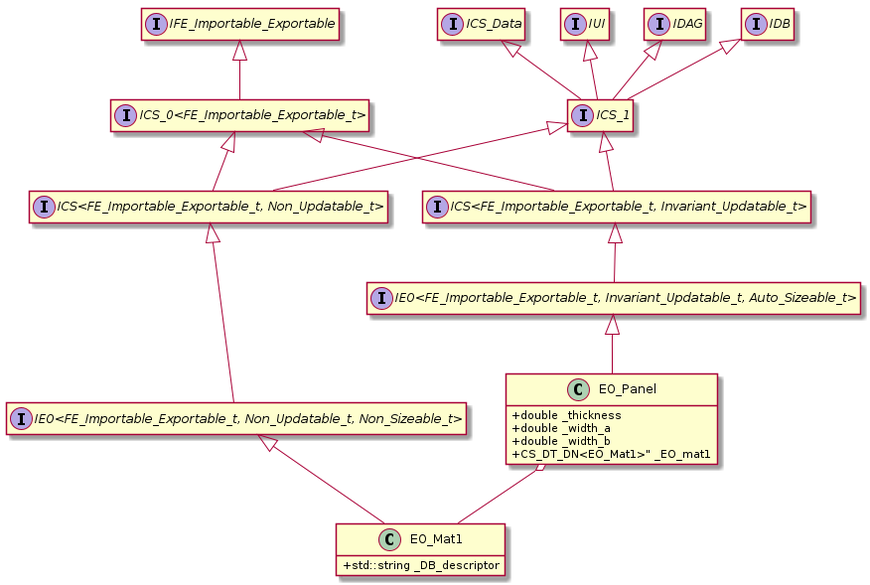
Earlier version of the PlantUML export uml/EO_Panel.png (BarisAlbayrakIEEE/StructuralAnalysis). Its source is kept beside it as uml/EO_Panel.puml.
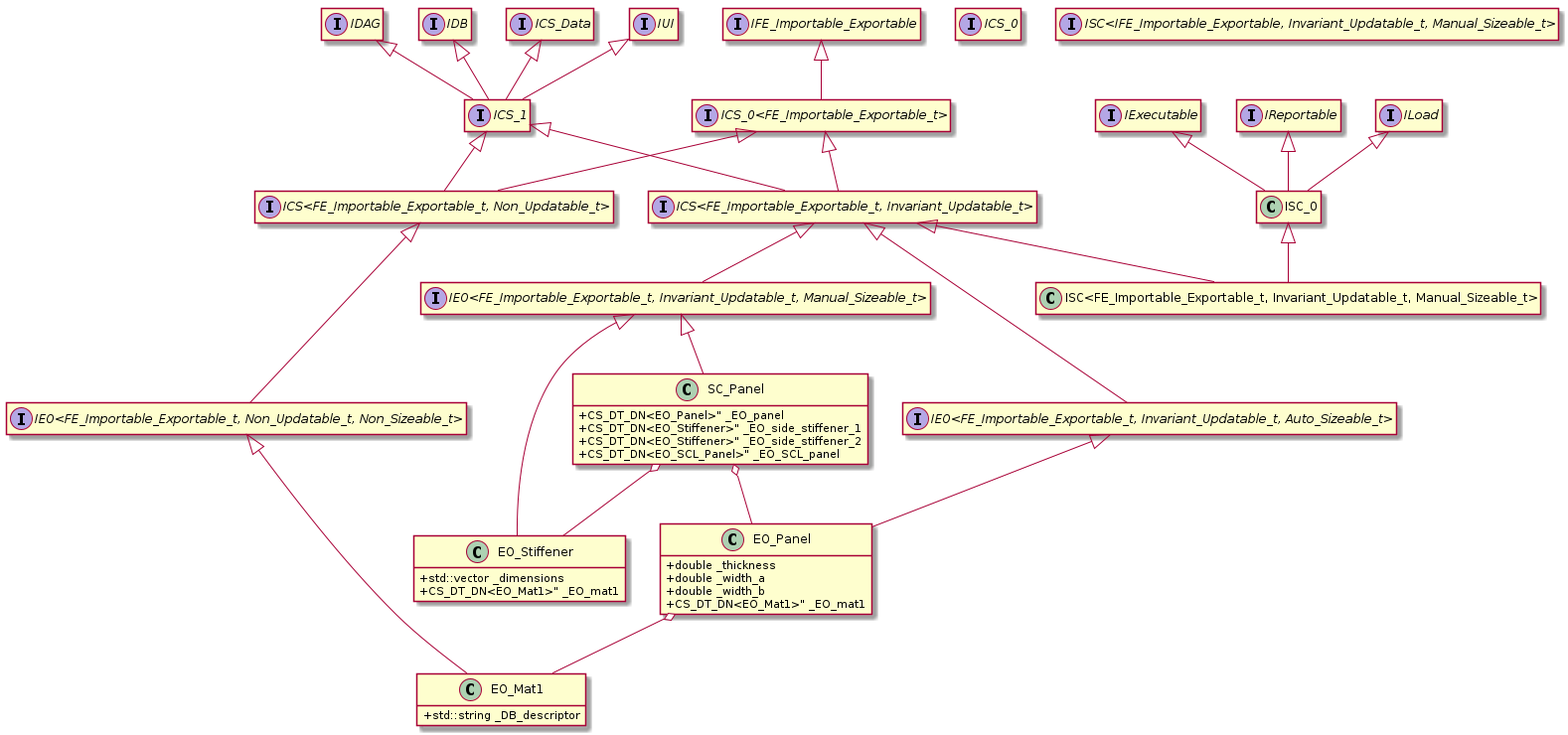
After the change.

The edit, as a diff of the source:
```diff
@@ -7,15 +7,18 @@
 interface IDB
 interface ICS_Data
 interface IFE_Importable_Exportable
-
+interface IExecutable
+interface IReportable
+interface ILoad
 interface "ICS_0<FE_Importable_Exportable_t>"
 interface ICS_1
-
 interface "ICS<FE_Importable_Exportable_t, Non_Updatable_t>"
 interface "ICS<FE_Importable_Exportable_t, Invariant_Updatable_t>"
-
 interface "IEO<FE_Importable_Exportable_t, Non_Updatable_t, Non_Sizeable_t>"
 interface "IEO<FE_Importable_Exportable_t, Invariant_Updatable_t, Auto_Sizeable_t>"
+interface "IEO<FE_Importable_Exportable_t, Invariant_Updatable_t, Manual_Sizeable_t>"
+interface ICS_0
+interface "ISC<IFE_Importable_Exportable, Invariant_Updatable_t, Manual_Sizeable_t>"
 
 IFE_Importable_Exportable <|-- "ICS_0<FE_Importable_Exportable_t>"
 
@@ -32,6 +35,14 @@
 
 "ICS<FE_Importable_Exportable_t, Non_Updatable_t>" <|-- "IEO<FE_Importable_Exportable_t, Non_Updatable_t, Non_Sizeable_t>"
 "ICS<FE_Importable_Exportable_t, Invariant_Updatable_t>" <|-- "IEO<FE_Importable_Exportable_t, Invariant_Updatable_t, Auto_Sizeable_t>"
+"ICS<FE_Importable_Exportable_t, Invariant_Updatable_t>" <|-- "IEO<FE_Importable_Exportable_t, Invariant_Updatable_t, Manual_Sizeable_t>"
+"ICS<FE_Importable_Exportable_t, Invariant_Updatable_t>" <|-- "ISC<FE_Importable_Exportable_t, Invariant_Updatable_t, Manual_Sizeable_t>"
+
+IExecutable <|-- ISC_0
+IReportable <|-- ISC_0
+ILoad <|-- ISC_0
+
+ISC_0 <|-- "ISC<FE_Importable_Exportable_t, Invariant_Updatable_t, Manual_Sizeable_t>"
 
 class EO_Mat1 {
     +std::string _DB_descriptor
@@ -44,9 +55,25 @@
     +CS_DT_DN<EO_Mat1>" _EO_mat1
 }
 
+class EO_Stiffener {
+    +std::vector _dimensions
+    +CS_DT_DN<EO_Mat1>" _EO_mat1
+}
+
+class SC_Panel {
+    +CS_DT_DN<EO_Panel>" _EO_panel
+    +CS_DT_DN<EO_Stiffener>" _EO_side_stiffener_1
+    +CS_DT_DN<EO_Stiffener>" _EO_side_stiffener_2
+    +CS_DT_DN<EO_SCL_Panel>" _EO_SCL_panel
+}
+
 "IEO<FE_Importable_Exportable_t, Non_Updatable_t, Non_Sizeable_t>" <|-- EO_Mat1
 "IEO<FE_Importable_Exportable_t, Invariant_Updatable_t, Auto_Sizeable_t>" <|-- EO_Panel
+"IEO<FE_Importable_Exportable_t, Invariant_Updatable_t, Manual_Sizeable_t>" <|-- EO_Stiffener
+"IEO<FE_Importable_Exportable_t, Invariant_Updatable_t, Manual_Sizeable_t>" <|-- SC_Panel
 
 EO_Panel o-- EO_Mat1
+SC_Panel o-- EO_Stiffener
+SC_Panel o-- EO_Panel
 
 @enduml
```
